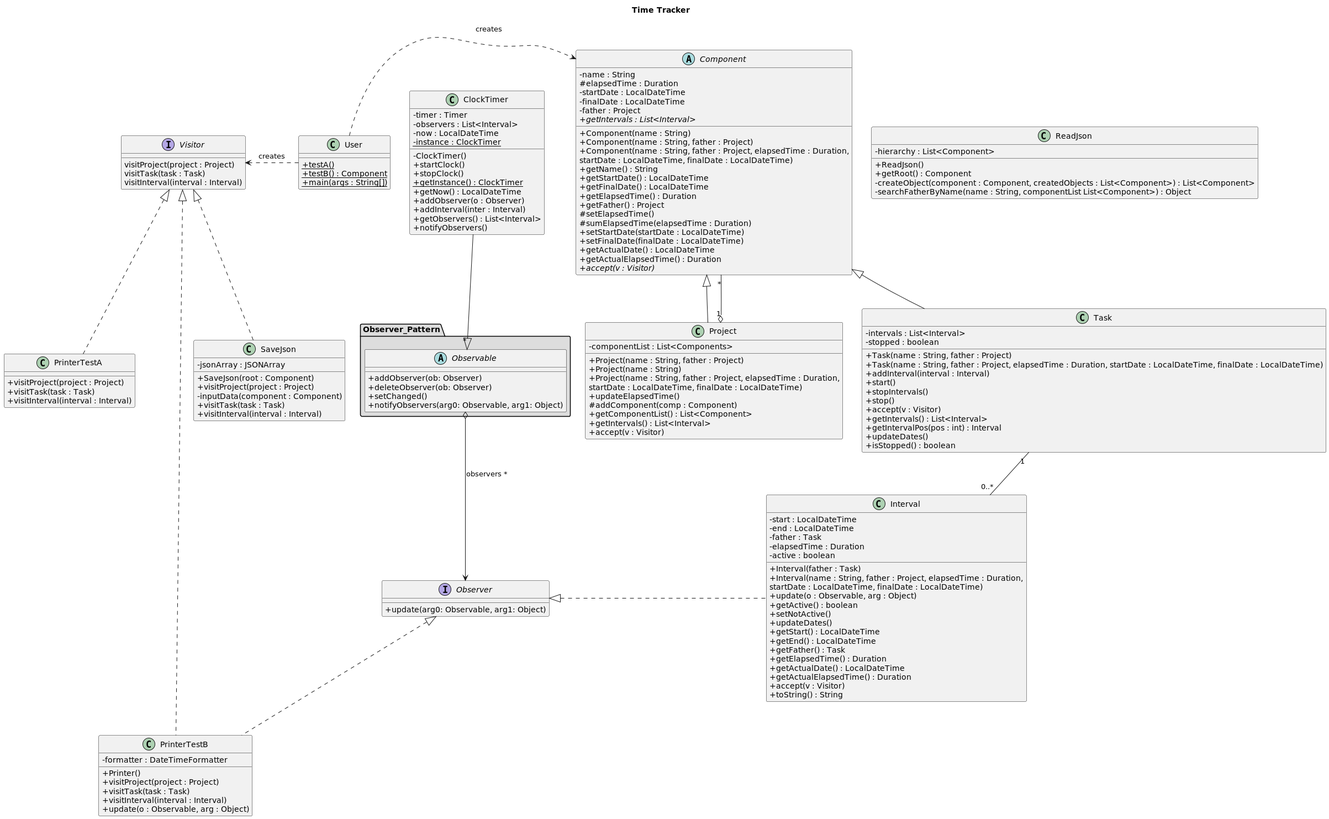
Above: diagram/classDiagram.png in joaquimcodina/TimeTracker (PlantUML), before the change.
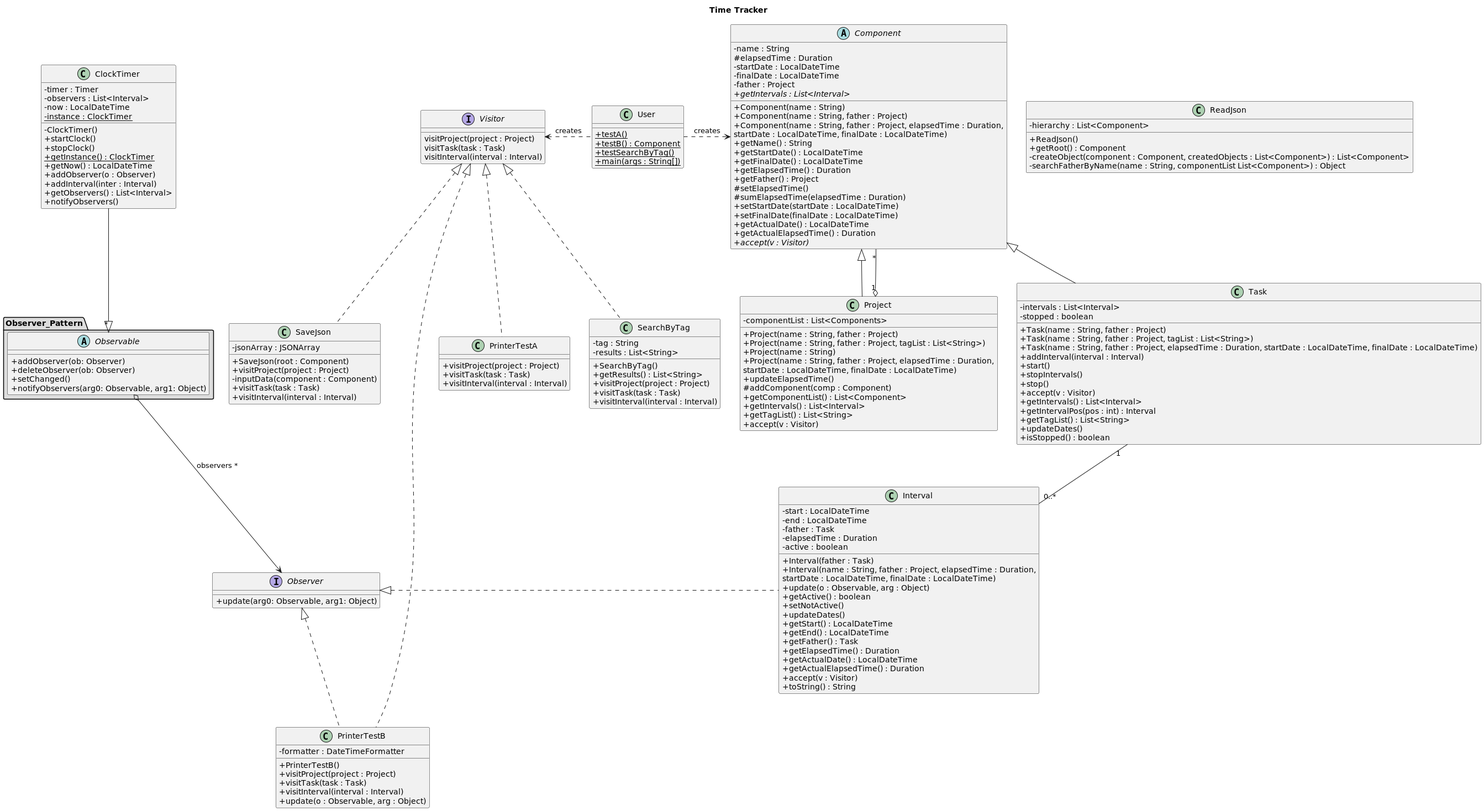
Later version of the same file.

What changed in the source:
```diff
@@ -6,6 +6,7 @@
 class User{
 +{static} testA()
 +{static} testB() : Component
++{static} testSearchByTag()
 +{static} main(args : String[])
 }
 
@@ -23,11 +24,21 @@
 
 class PrinterTestB implements Visitor, Observer{
 - formatter : DateTimeFormatter
-+ Printer()
++ PrinterTestB()
 + visitProject(project : Project)
 + visitTask(task : Task)
 + visitInterval(interval : Interval)
 + update(o : Observable, arg : Object)
+}
+
+class SearchByTag implements Visitor{
+- tag : String
+- results : List<String>
++ SearchByTag()
++ getResults() : List<String>
++ visitProject(project : Project)
++ visitTask(task : Task)
++ visitInterval(interval : Interval)
 }
 
 class SaveJson implements Visitor{
@@ -43,6 +54,7 @@
 - intervals : List<Interval>
 - stopped : boolean
 + Task(name : String, father : Project)
++ Task(name : String, father : Project, tagList : List<String>)
 + Task(name : String, father : Project, elapsedTime : Duration, startDate : LocalDateTime, finalDate : LocalDateTime)
 + addInterval(interval : Interval)
 + start()
@@ -51,6 +63,7 @@
 + accept(v : Visitor)
 + getIntervals() : List<Interval>
 + getIntervalPos(pos : int) : Interval
++ getTagList() : List<String>
 + updateDates()
 + isStopped() : boolean
 }
@@ -58,6 +71,7 @@
 class Project extends Component {
 - componentList : List<Components>
 + Project(name : String, father : Project)
++ Project(name : String, father : Project, tagList : List<String>)
 + Project(name : String)
 + Project(name : String, father : Project, elapsedTime : Duration,
         startDate : LocalDateTime, finalDate : LocalDateTime)
@@ -65,6 +79,7 @@
 # addComponent(comp : Component)
 + getComponentList() : List<Component>
 + getIntervals() : List<Interval>
++ getTagList() : List<String>
 + accept(v : Visitor)
 }
 
```
